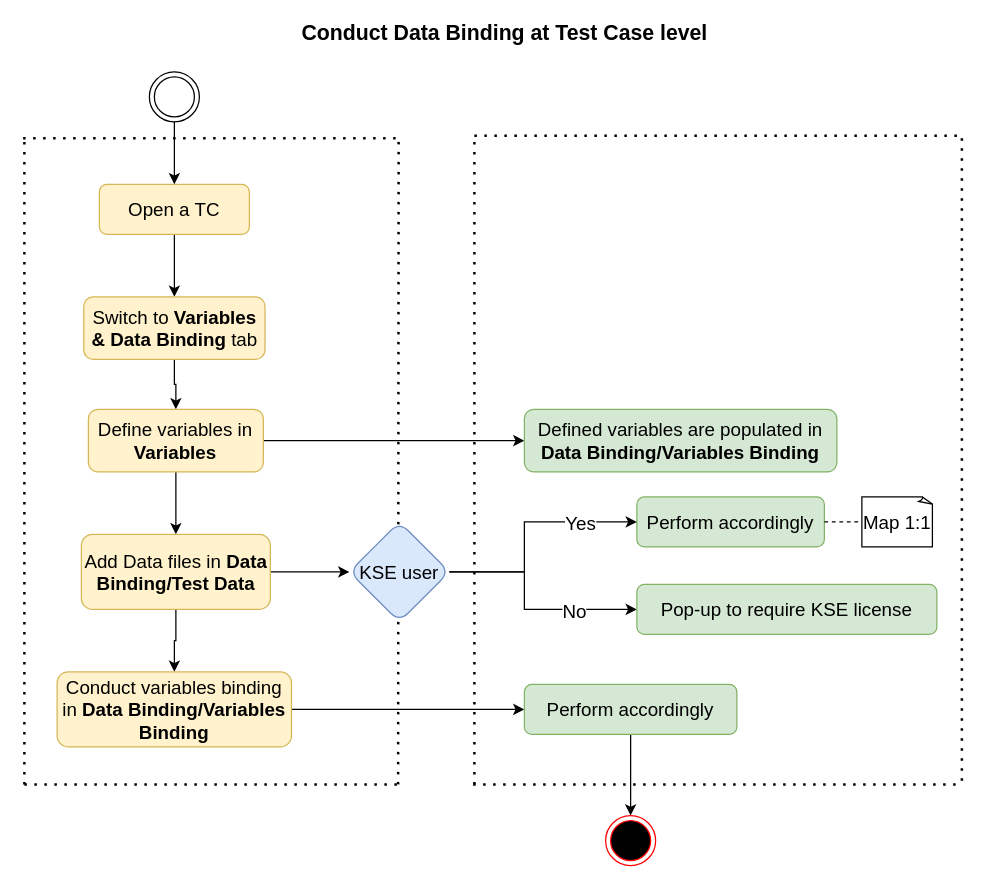
Before: page "conduct-data-binding-at-tc" (1 of 2) of Untitled Diagram.drawio in nhpthuy/chart, a draw.io diagram. Source tidied: cells renumbered, new cells numbered last; positions are measured from the earlier drawing's top-left corner, leaving out a move shared by most shapes. Both pictures are drawn from the tidied source at 125%, with x=0, y=0 at pixel (22, 21).
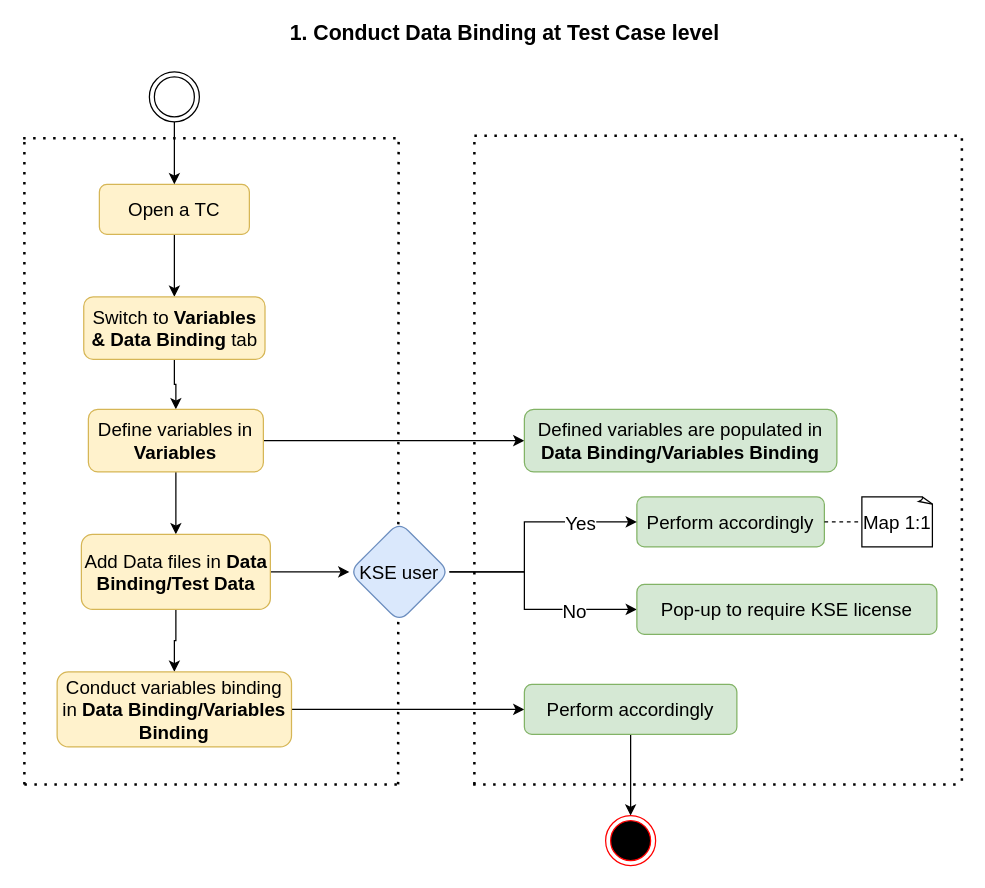
The same page after the edit.

Diff of the diagram source:
```diff
@@
-    <mxCell id="25" value="&lt;font style=&quot;font-size: 17px&quot;&gt;Conduct Data Binding at Test Case level&lt;/font&gt;" style="text;html=1;align=center;verticalAlign=middle;strokeColor=none;fillColor=none;fontStyle=1;fontSize=15;" parent="1" vertex="1">
-      <mxGeometry x="214.8" width="340" height="20" as="geometry" />
+    <mxCell id="25" value="&lt;font style=&quot;font-size: 17px&quot;&gt;1. Conduct Data Binding at Test Case level&lt;/font&gt;" style="text;html=1;align=center;verticalAlign=middle;strokeColor=none;fillColor=none;fontStyle=1;fontSize=15;" parent="1" vertex="1">
+      <mxGeometry x="204.8" width="360" height="20" as="geometry" />
     </mxCell>
```
